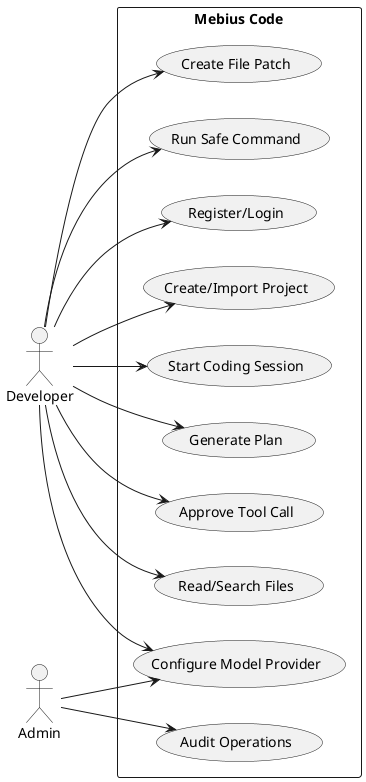
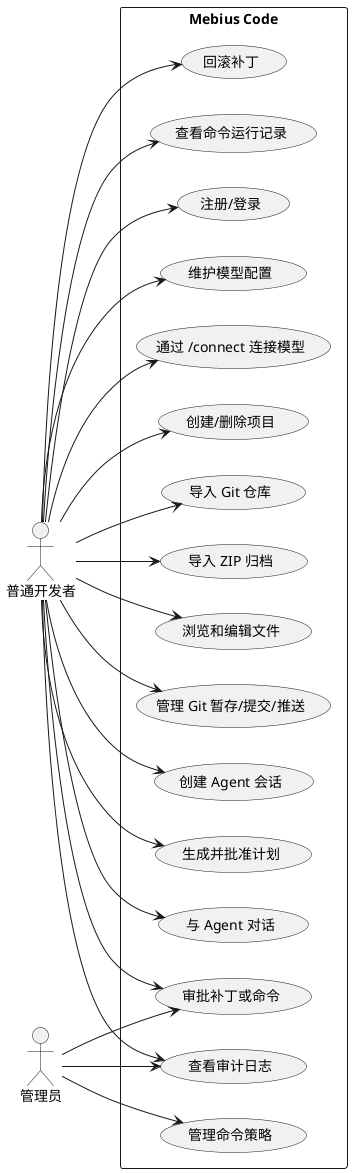
@startuml
left to right direction
- actor Developer as Dev
- actor Admin
+ actor "普通开发者" as Dev
+ actor "管理员" as Admin

rectangle "Mebius Code" {
-   usecase "Register/Login" as UCAuth
-   usecase "Configure Model Provider" as UCModel
-   usecase "Create/Import Project" as UCProject
-   usecase "Start Coding Session" as UCSession
-   usecase "Generate Plan" as UCPlan
-   usecase "Approve Tool Call" as UCApprove
-   usecase "Read/Search Files" as UCRead
-   usecase "Create File Patch" as UCPatch
-   usecase "Run Safe Command" as UCCmd
-   usecase "Audit Operations" as UCAudit
+   usecase "注册/登录" as UCAuth
+   usecase "维护模型配置" as UCModel
+   usecase "通过 /connect 连接模型" as UCConnect
+   usecase "创建/删除项目" as UCProject
+   usecase "导入 Git 仓库" as UCGitImport
+   usecase "导入 ZIP 归档" as UCArchive
+   usecase "浏览和编辑文件" as UCFiles
+   usecase "管理 Git 暂存/提交/推送" as UCGit
+   usecase "创建 Agent 会话" as UCSession
+   usecase "生成并批准计划" as UCPlan
+   usecase "与 Agent 对话" as UCChat
+   usecase "审批补丁或命令" as UCApprove
+   usecase "回滚补丁" as UCRevert
+   usecase "查看命令运行记录" as UCRuns
+   usecase "管理命令策略" as UCCommandPolicy
+   usecase "查看审计日志" as UCAudit
}

Dev --> UCAuth
Dev --> UCModel
+ Dev --> UCConnect
Dev --> UCProject
+ Dev --> UCGitImport
+ Dev --> UCArchive
+ Dev --> UCFiles
+ Dev --> UCGit
Dev --> UCSession
Dev --> UCPlan
+ Dev --> UCChat
Dev --> UCApprove
- Dev --> UCRead
- Dev --> UCPatch
- Dev --> UCCmd
+ Dev --> UCRevert
+ Dev --> UCRuns
+ Dev --> UCAudit
+ 
+ Admin --> UCCommandPolicy
Admin --> UCAudit
- Admin --> UCModel
+ Admin --> UCApprove
@enduml
- 
